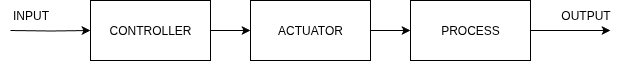
This is kti/sistem_kendali.png from Mistersuketto/tugas_akhir, a draw.io export, as it was before one commit. Source tidied: cells renumbered, new cells last; positions are measured from the earlier drawing's top-left corner, leaving out a move shared by most shapes. Its diagram source:
```xml
<mxGraphModel>
  <root>
    <mxCell id="0" />
    <mxCell id="1" parent="0" />
    <mxCell id="2" style="edgeStyle=orthogonalEdgeStyle;rounded=0;jettySize=auto;html=1;" parent="1" edge="1" target="4">
      <mxGeometry relative="1" as="geometry">
        <mxPoint x="10" y="30" as="sourcePoint" />
      </mxGeometry>
    </mxCell>
    <mxCell id="3" style="edgeStyle=orthogonalEdgeStyle;rounded=0;jettySize=auto;html=1;" parent="1" edge="1" source="4" target="6">
      <mxGeometry relative="1" as="geometry" />
    </mxCell>
    <mxCell id="4" value="CONTROLLER" style="rounded=0;whiteSpace=wrap;html=1;" parent="1" vertex="1">
      <mxGeometry x="90" width="120" height="60" as="geometry" />
    </mxCell>
    <mxCell id="5" style="edgeStyle=orthogonalEdgeStyle;rounded=0;jettySize=auto;html=1;" parent="1" edge="1" source="6" target="8">
      <mxGeometry relative="1" as="geometry" />
    </mxCell>
    <mxCell id="6" value="ACTUATOR" style="rounded=0;whiteSpace=wrap;html=1;" parent="1" vertex="1">
      <mxGeometry x="250" width="120" height="60" as="geometry" />
    </mxCell>
    <mxCell id="7" style="edgeStyle=orthogonalEdgeStyle;rounded=0;jettySize=auto;html=1;" parent="1" edge="1" source="8">
      <mxGeometry relative="1" as="geometry">
        <mxPoint x="610" y="30" as="targetPoint" />
      </mxGeometry>
    </mxCell>
    <mxCell id="8" value="PROCESS" style="rounded=0;whiteSpace=wrap;html=1;" parent="1" vertex="1">
      <mxGeometry x="410" width="120" height="60" as="geometry" />
    </mxCell>
    <mxCell id="9" value="INPUT" style="text;html=1;align=center;verticalAlign=middle;strokeColor=none;fillColor=none;" parent="1" vertex="1">
      <mxGeometry width="60" height="30" as="geometry" />
    </mxCell>
    <mxCell id="10" value="OUTPUT" style="text;html=1;align=center;verticalAlign=middle;strokeColor=none;fillColor=none;" parent="1" vertex="1">
      <mxGeometry x="550" width="70" height="30" as="geometry" />
    </mxCell>
  </root>
</mxGraphModel>
```
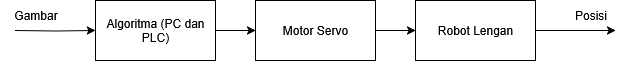
Above is the later version.

The edit, as a diff of the source:
```diff
@@ -10,13 +10,13 @@
     <mxCell id="3" style="edgeStyle=orthogonalEdgeStyle;rounded=0;jettySize=auto;html=1;" parent="1" edge="1" source="4" target="6">
       <mxGeometry relative="1" as="geometry" />
     </mxCell>
-    <mxCell id="4" value="CONTROLLER" style="rounded=0;whiteSpace=wrap;html=1;" parent="1" vertex="1">
+    <mxCell id="4" value="Algoritma (PC dan PLC)" style="rounded=0;whiteSpace=wrap;html=1;" parent="1" vertex="1">
       <mxGeometry x="90" width="120" height="60" as="geometry" />
     </mxCell>
     <mxCell id="5" style="edgeStyle=orthogonalEdgeStyle;rounded=0;jettySize=auto;html=1;" parent="1" edge="1" source="6" target="8">
       <mxGeometry relative="1" as="geometry" />
     </mxCell>
-    <mxCell id="6" value="ACTUATOR" style="rounded=0;whiteSpace=wrap;html=1;" parent="1" vertex="1">
+    <mxCell id="6" value="Motor Servo" style="rounded=0;whiteSpace=wrap;html=1;" parent="1" vertex="1">
       <mxGeometry x="250" width="120" height="60" as="geometry" />
     </mxCell>
     <mxCell id="7" style="edgeStyle=orthogonalEdgeStyle;rounded=0;jettySize=auto;html=1;" parent="1" edge="1" source="8">
@@ -24,14 +24,14 @@
         <mxPoint x="610" y="30" as="targetPoint" />
       </mxGeometry>
     </mxCell>
-    <mxCell id="8" value="PROCESS" style="rounded=0;whiteSpace=wrap;html=1;" parent="1" vertex="1">
+    <mxCell id="8" value="Robot Lengan" style="rounded=0;whiteSpace=wrap;html=1;" parent="1" vertex="1">
       <mxGeometry x="410" width="120" height="60" as="geometry" />
     </mxCell>
-    <mxCell id="9" value="INPUT" style="text;html=1;align=center;verticalAlign=middle;strokeColor=none;fillColor=none;" parent="1" vertex="1">
-      <mxGeometry width="60" height="30" as="geometry" />
+    <mxCell id="9" value="Gambar" style="text;html=1;align=center;verticalAlign=middle;strokeColor=none;fillColor=none;" parent="1" vertex="1">
+      <mxGeometry x="-5" width="70" height="30" as="geometry" />
     </mxCell>
-    <mxCell id="10" value="OUTPUT" style="text;html=1;align=center;verticalAlign=middle;strokeColor=none;fillColor=none;" parent="1" vertex="1">
-      <mxGeometry x="550" width="70" height="30" as="geometry" />
+    <mxCell id="10" value="Posisi" style="text;html=1;align=center;verticalAlign=middle;strokeColor=none;fillColor=none;" parent="1" vertex="1">
+      <mxGeometry x="555" width="60" height="30" as="geometry" />
     </mxCell>
   </root>
 </mxGraphModel>
```
